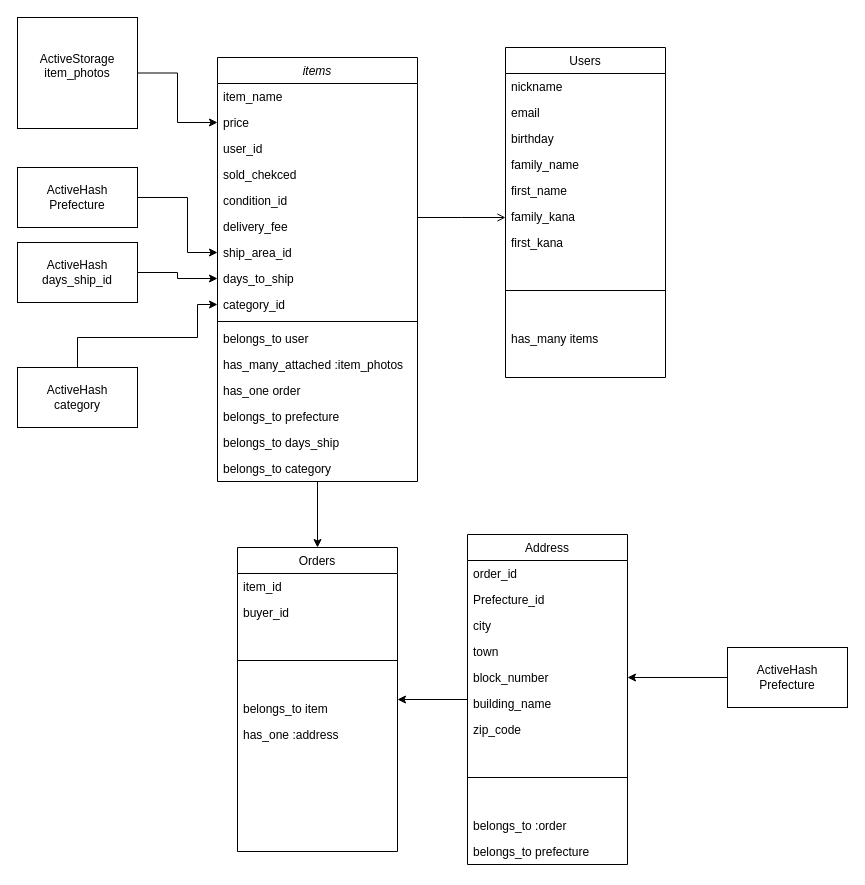
Earlier version of the draw.io diagram fuirma_database.dio (Tomohiro4196/furima-29560). Source tidied: cells renumbered, new cells numbered last; positions are measured from the earlier drawing's top-left corner, leaving out a move shared by most shapes. Both pictures are drawn from the tidied source at 100%, with x=0, y=0 at pixel (17, 17).
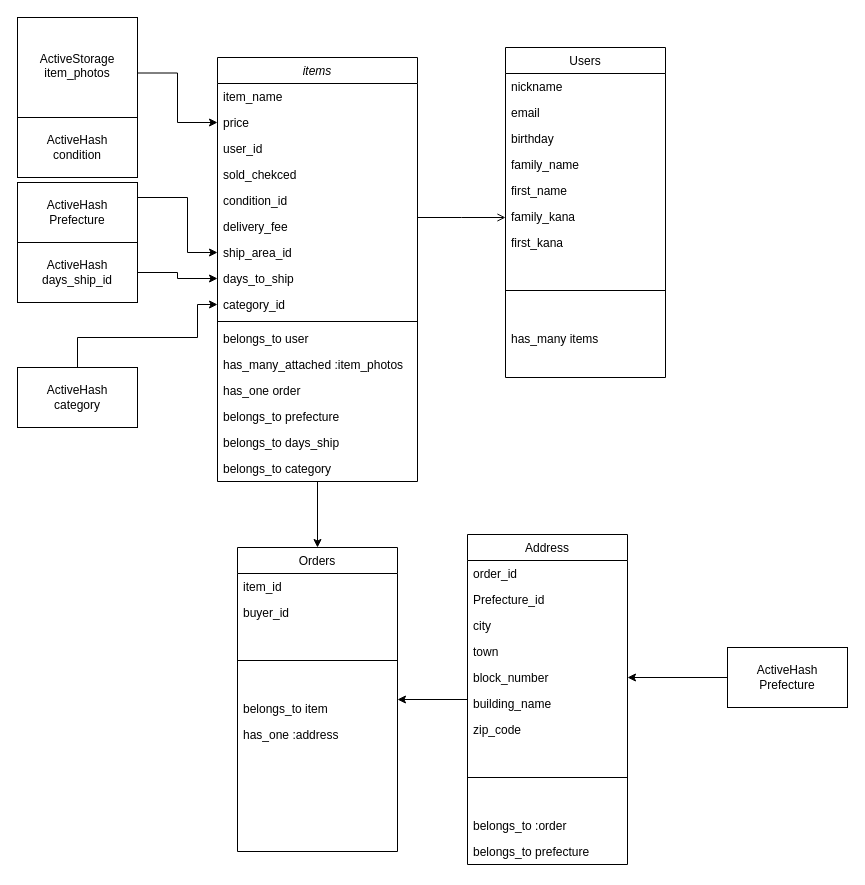
The same diagram, later.

Commit message (it also covers changes not shown here):
README / ER図を少し修正

Change to the diagram source:
```diff
@@
     <mxCell id="56" value="ActiveHash&lt;br&gt;Prefecture" style="whiteSpace=wrap;html=1;" parent="1" vertex="1">
-      <mxGeometry y="150" width="120" height="60" as="geometry" />
+      <mxGeometry y="165" width="120" height="60" as="geometry" />
     </mxCell>
@@
+    <mxCell id="59" value="ActiveHash&lt;br&gt;condition" style="whiteSpace=wrap;html=1;" parent="1" vertex="1">
+      <mxGeometry y="100" width="120" height="60" as="geometry" />
+    </mxCell>
```
